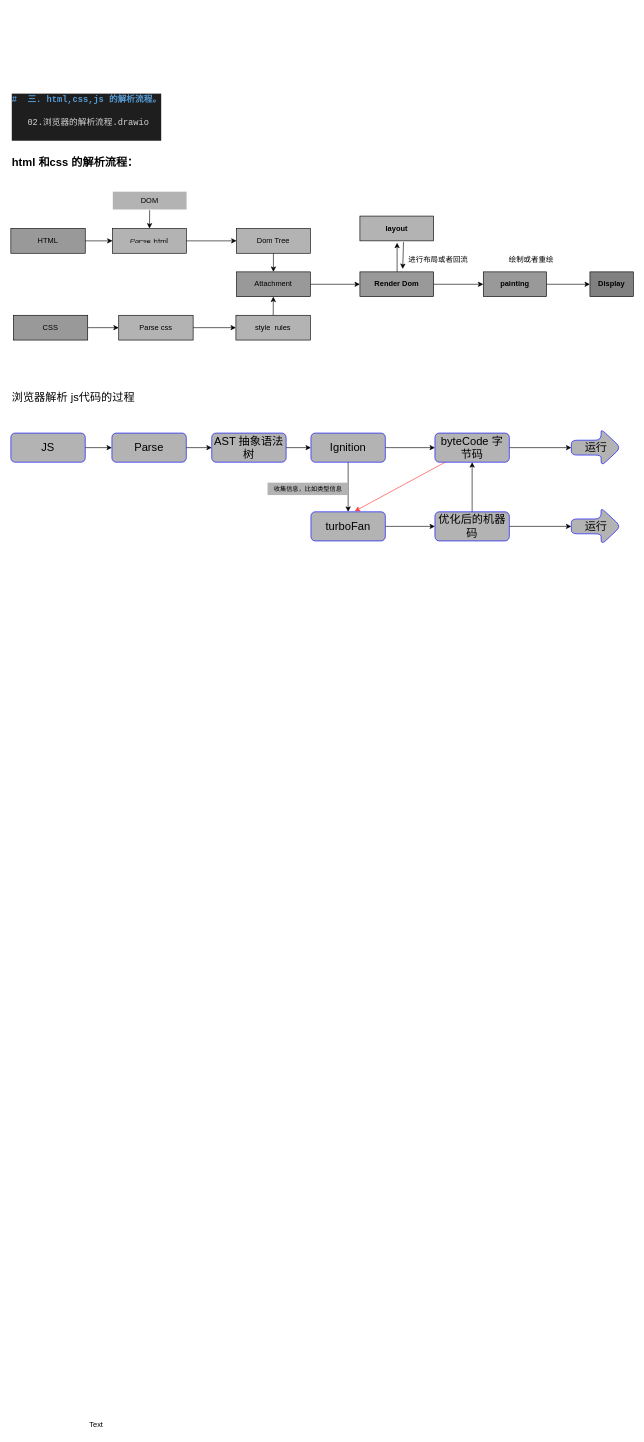
Before: js/01.浏览器的解析过程/3.浏览器的解析流程.drawio in winterWX/front-end-code, a draw.io diagram. Source tidied: cells renumbered, new cells numbered last; positions are measured from the earlier drawing's top-left corner, leaving out a move shared by most shapes. Both pictures are drawn from the tidied source at 62%, with x=0, y=0 at pixel (11, 11).
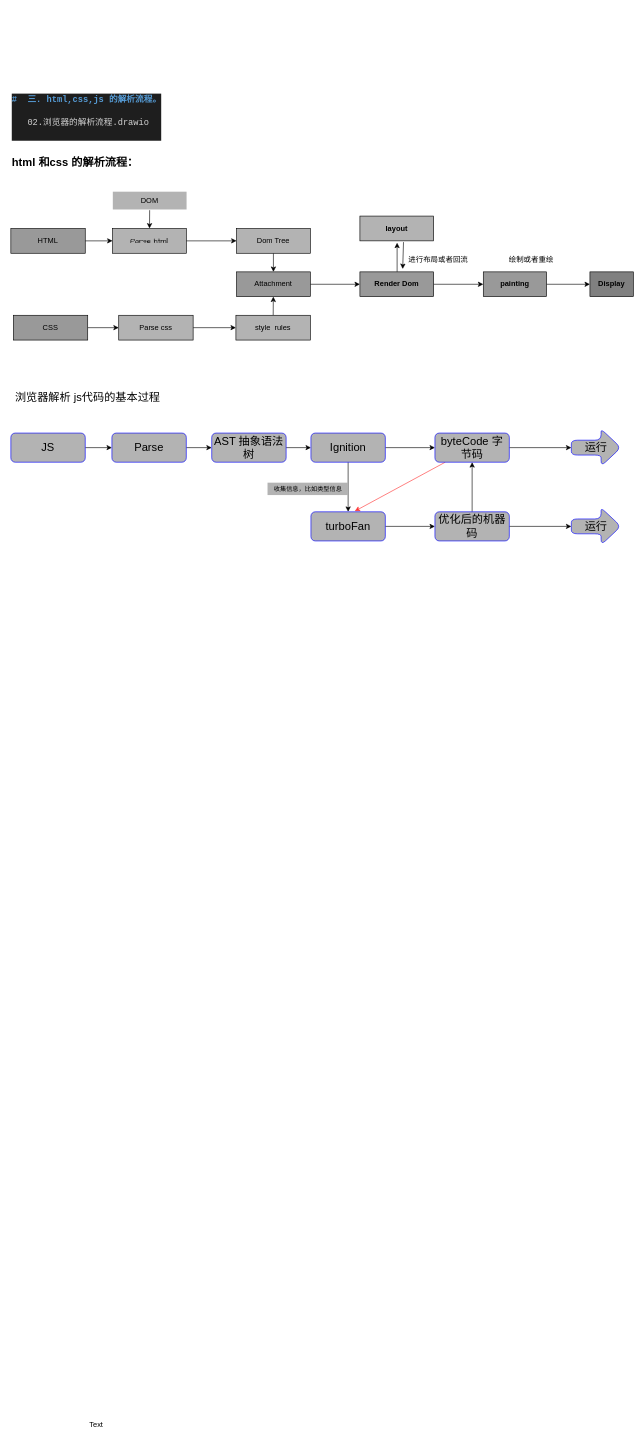
The same diagram, later.

Change to the diagram source:
```diff
@@
-    <mxCell id="5" value="&lt;font style=&quot;font-size: 18px&quot;&gt;浏览器解析 js代码的过程&lt;/font&gt;" style="text;html=1;align=left;verticalAlign=top;spacingTop=-4;" parent="1" vertex="1">
-      <mxGeometry y="611" width="210" height="20" as="geometry" />
+    <mxCell id="5" value="&lt;font style=&quot;font-size: 18px&quot;&gt;浏览器解析 js代码的基本过程&lt;/font&gt;" style="text;html=1;align=left;verticalAlign=top;spacingTop=-4;" parent="1" vertex="1">
+      <mxGeometry x="5" y="611" width="260" height="30" as="geometry" />
     </mxCell>
```
